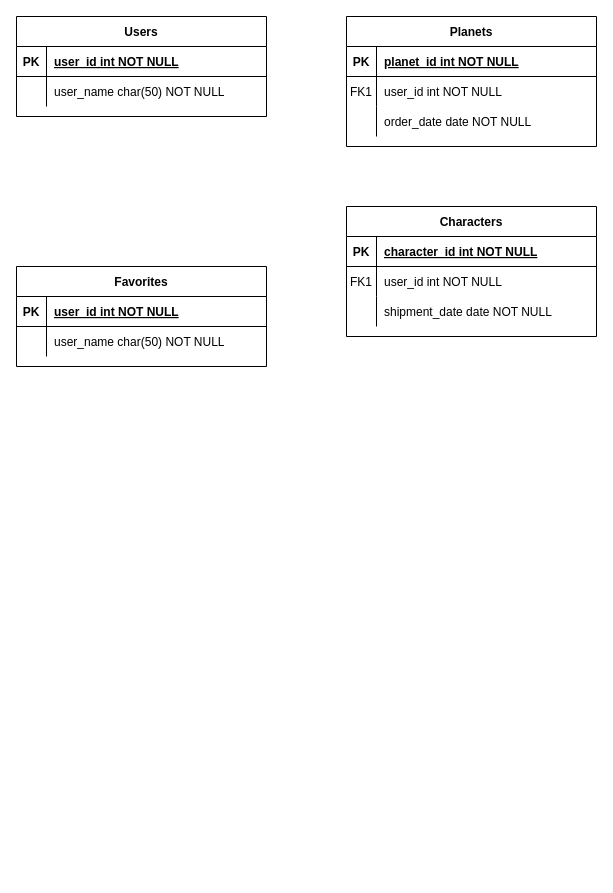
The draw.io diagram Untitled Diagram.drawio in 4GeeksAcademy/mlinhho-exercise-starwars-data-modeling, before the edit. Source tidied: cells renumbered, new cells numbered last; positions are measured from the earlier drawing's top-left corner, leaving out a move shared by most shapes. Both pictures are drawn from the tidied source at 100%, with x=0, y=0 at pixel (16, 16).
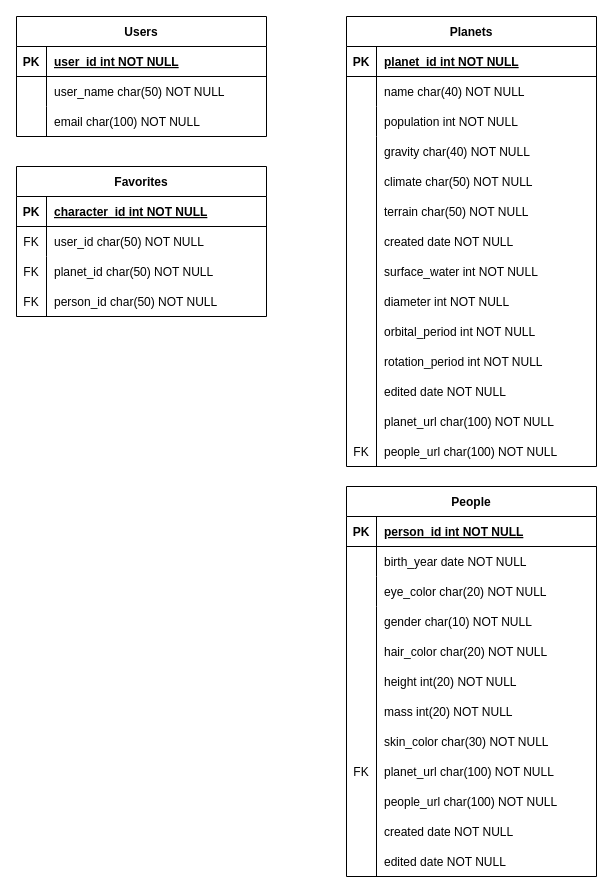
After the change.

Commit message:
Star Wars Diagram.drawio

Unchanged cells that the change refers to:
```xml
<mxCell id="6" style="shape=partialRectangle;fillColor=none;top=0;left=0;right=0;bottom=0;" parent="2" vertex="1">
  <mxGeometry y="60" width="250" height="30" as="geometry" />
</mxCell>
<mxCell id="9" style="shape=partialRectangle;fillColor=none;top=0;left=0;right=0;bottom=0;" parent="2" vertex="1">
  <mxGeometry y="90" width="250" height="30" as="geometry" />
</mxCell>
<mxCell id="13" style="shape=partialRectangle;fillColor=none;top=0;left=0;right=0;bottom=1;" parent="12" vertex="1">
  <mxGeometry y="30" width="250" height="30" as="geometry" />
</mxCell>
<mxCell id="16" style="shape=partialRectangle;fillColor=none;top=0;left=0;right=0;bottom=0;" parent="12" vertex="1">
  <mxGeometry y="60" width="250" height="30" as="geometry" />
</mxCell>
<mxCell id="19" style="shape=partialRectangle;fillColor=none;top=0;left=0;right=0;bottom=0;" parent="12" vertex="1">
  <mxGeometry y="90" width="250" height="30" as="geometry" />
</mxCell>
<mxCell id="30" style="shape=partialRectangle;fillColor=none;top=0;left=0;right=0;bottom=1;" parent="29" vertex="1">
  <mxGeometry y="30" width="250" height="30" as="geometry" />
</mxCell>
<mxCell id="33" style="shape=partialRectangle;fillColor=none;top=0;left=0;right=0;bottom=0;" parent="29" vertex="1">
  <mxGeometry y="60" width="250" height="30" as="geometry" />
</mxCell>
```

The edit, as a diff of the source:
```diff
@@
     <mxCell id="2" value="Planets" style="shape=table;startSize=30;childLayout=tableLayout;rowLines=0;fontStyle=1;align=center;" parent="1" vertex="1">
-      <mxGeometry x="330" width="250" height="130" as="geometry" />
+      <mxGeometry x="330" width="250" height="450" as="geometry" />
     </mxCell>
@@
-    <mxCell id="7" value="FK1" style="shape=partialRectangle;overflow=hidden;fillColor=none;top=0;left=0;bottom=0;right=0;" parent="6" vertex="1">
+    <mxCell id="7" style="shape=partialRectangle;overflow=hidden;fillColor=none;top=0;left=0;bottom=0;right=0;" parent="6" vertex="1">
       <mxGeometry width="30" height="30" as="geometry" />
     </mxCell>
-    <mxCell id="8" value="user_id int NOT NULL" style="shape=partialRectangle;overflow=hidden;fillColor=none;top=0;left=0;bottom=0;right=0;align=left;spacingLeft=6;" parent="6" vertex="1">
+    <mxCell id="8" value="name char(40) NOT NULL" style="shape=partialRectangle;overflow=hidden;fillColor=none;top=0;left=0;bottom=0;right=0;align=left;spacingLeft=6;" parent="6" vertex="1">
       <mxGeometry x="30" width="220" height="30" as="geometry" />
     </mxCell>
@@
-    <mxCell id="11" value="order_date date NOT NULL" style="shape=partialRectangle;overflow=hidden;fillColor=none;top=0;left=0;bottom=0;right=0;align=left;spacingLeft=6;" parent="9" vertex="1">
+    <mxCell id="11" value="population int NOT NULL" style="shape=partialRectangle;overflow=hidden;fillColor=none;top=0;left=0;bottom=0;right=0;align=left;spacingLeft=6;" parent="9" vertex="1">
       <mxGeometry x="30" width="220" height="30" as="geometry" />
     </mxCell>
-    <mxCell id="12" value="Characters" style="shape=table;startSize=30;childLayout=tableLayout;rowLines=0;fontStyle=1;align=center;" parent="1" vertex="1">
-      <mxGeometry x="330" y="190" width="250" height="130" as="geometry" />
+    <mxCell id="12" value="People" style="shape=table;startSize=30;childLayout=tableLayout;rowLines=0;fontStyle=1;align=center;" parent="1" vertex="1">
+      <mxGeometry x="330" y="470" width="250" height="390" as="geometry" />
     </mxCell>
@@
-    <mxCell id="15" value="character_id int NOT NULL " style="shape=partialRectangle;overflow=hidden;fillColor=none;top=0;left=0;bottom=0;right=0;align=left;spacingLeft=6;fontStyle=5;" parent="13" vertex="1">
+    <mxCell id="15" value="person_id int NOT NULL " style="shape=partialRectangle;overflow=hidden;fillColor=none;top=0;left=0;bottom=0;right=0;align=left;spacingLeft=6;fontStyle=5;" parent="13" vertex="1">
       <mxGeometry x="30" width="220" height="30" as="geometry" />
     </mxCell>
@@
-    <mxCell id="17" value="FK1" style="shape=partialRectangle;overflow=hidden;fillColor=none;top=0;left=0;bottom=0;right=0;" parent="16" vertex="1">
+    <mxCell id="17" style="shape=partialRectangle;overflow=hidden;fillColor=none;top=0;left=0;bottom=0;right=0;" parent="16" vertex="1">
       <mxGeometry width="30" height="30" as="geometry" />
     </mxCell>
-    <mxCell id="18" value="user_id int NOT NULL" style="shape=partialRectangle;overflow=hidden;fillColor=none;top=0;left=0;bottom=0;right=0;align=left;spacingLeft=6;" parent="16" vertex="1">
+    <mxCell id="18" value="birth_year date NOT NULL" style="shape=partialRectangle;overflow=hidden;fillColor=none;top=0;left=0;bottom=0;right=0;align=left;spacingLeft=6;" parent="16" vertex="1">
       <mxGeometry x="30" width="220" height="30" as="geometry" />
     </mxCell>
@@
-    <mxCell id="21" value="shipment_date date NOT NULL" style="shape=partialRectangle;overflow=hidden;fillColor=none;top=0;left=0;bottom=0;right=0;align=left;spacingLeft=6;" parent="19" vertex="1">
+    <mxCell id="21" value="eye_color char(20) NOT NULL" style="shape=partialRectangle;overflow=hidden;fillColor=none;top=0;left=0;bottom=0;right=0;align=left;spacingLeft=6;" parent="19" vertex="1">
       <mxGeometry x="30" width="220" height="30" as="geometry" />
     </mxCell>
     <mxCell id="22" value="Users" style="shape=table;startSize=30;childLayout=tableLayout;rowLines=0;fontStyle=1;align=center;swimlaneLine=1;" parent="1" vertex="1">
-      <mxGeometry width="250" height="100" as="geometry" />
+      <mxGeometry width="250" height="120" as="geometry" />
     </mxCell>
@@
     <mxCell id="29" value="Favorites" style="shape=table;startSize=30;childLayout=tableLayout;rowLines=0;fontStyle=1;align=center;" parent="1" vertex="1">
-      <mxGeometry y="250" width="250" height="100" as="geometry" />
+      <mxGeometry y="150" width="250" height="150" as="geometry" />
     </mxCell>
@@
-    <mxCell id="32" value="user_id int NOT NULL " style="shape=partialRectangle;overflow=hidden;fillColor=none;top=0;left=0;bottom=0;right=0;align=left;spacingLeft=6;fontStyle=5;" parent="30" vertex="1">
+    <mxCell id="32" value="character_id int NOT NULL " style="shape=partialRectangle;overflow=hidden;fillColor=none;top=0;left=0;bottom=0;right=0;align=left;spacingLeft=6;fontStyle=5;" parent="30" vertex="1">
       <mxGeometry x="30" width="220" height="30" as="geometry" />
     </mxCell>
@@
-    <mxCell id="35" value="user_name char(50) NOT NULL" style="shape=partialRectangle;overflow=hidden;fillColor=none;top=0;left=0;bottom=0;right=0;align=left;spacingLeft=6;" parent="33" vertex="1">
+    <mxCell id="35" value="user_id char(50) NOT NULL" style="shape=partialRectangle;overflow=hidden;fillColor=none;top=0;left=0;bottom=0;right=0;align=left;spacingLeft=6;" parent="33" vertex="1">
       <mxGeometry x="30" width="220" height="30" as="geometry" />
     </mxCell>
+    <mxCell id="36" value="email char(100) NOT NULL" style="shape=partialRectangle;overflow=hidden;fillColor=none;top=0;left=0;bottom=0;right=0;align=left;spacingLeft=6;" parent="1" vertex="1">
+      <mxGeometry x="30" y="90" width="220" height="30" as="geometry" />
+    </mxCell>
+    <mxCell id="37" style="edgeStyle=none;orthogonalLoop=1;jettySize=auto;html=1;rounded=0;endArrow=none;endFill=0;" parent="1" edge="1">
+      <mxGeometry relative="1" as="geometry">
+        <mxPoint x="30" y="90" as="sourcePoint" />
+        <mxPoint x="30" y="120" as="targetPoint" />
+      </mxGeometry>
+    </mxCell>
+    <mxCell id="38" value="gravity char(40) NOT NULL" style="shape=partialRectangle;overflow=hidden;fillColor=none;top=0;left=0;bottom=0;right=0;align=left;spacingLeft=6;" parent="1" vertex="1">
+      <mxGeometry x="360" y="120" width="220" height="30" as="geometry" />
+    </mxCell>
+    <mxCell id="39" value="climate char(50) NOT NULL" style="shape=partialRectangle;overflow=hidden;fillColor=none;top=0;left=0;bottom=0;right=0;align=left;spacingLeft=6;" parent="1" vertex="1">
+      <mxGeometry x="360" y="150" width="220" height="30" as="geometry" />
+    </mxCell>
+    <mxCell id="40" value="terrain char(50) NOT NULL" style="shape=partialRectangle;overflow=hidden;fillColor=none;top=0;left=0;bottom=0;right=0;align=left;spacingLeft=6;" parent="1" vertex="1">
+      <mxGeometry x="360" y="180" width="220" height="30" as="geometry" />
+    </mxCell>
+    <mxCell id="41" value="created date NOT NULL" style="shape=partialRectangle;overflow=hidden;fillColor=none;top=0;left=0;bottom=0;right=0;align=left;spacingLeft=6;" parent="1" vertex="1">
+      <mxGeometry x="360" y="210" width="220" height="30" as="geometry" />
+    </mxCell>
+    <mxCell id="42" value="surface_water int NOT NULL" style="shape=partialRectangle;overflow=hidden;fillColor=none;top=0;left=0;bottom=0;right=0;align=left;spacingLeft=6;" parent="1" vertex="1">
+      <mxGeometry x="360" y="240" width="220" height="30" as="geometry" />
+    </mxCell>
+    <mxCell id="43" value="diameter int NOT NULL" style="shape=partialRectangle;overflow=hidden;fillColor=none;top=0;left=0;bottom=0;right=0;align=left;spacingLeft=6;" parent="1" vertex="1">
+      <mxGeometry x="360" y="270" width="220" height="30" as="geometry" />
+    </mxCell>
+    <mxCell id="44" value="orbital_period int NOT NULL" style="shape=partialRectangle;overflow=hidden;fillColor=none;top=0;left=0;bottom=0;right=0;align=left;spacingLeft=6;" parent="1" vertex="1">
+      <mxGeometry x="360" y="300" width="220" height="30" as="geometry" />
+    </mxCell>
+    <mxCell id="45" value="rotation_period int NOT NULL" style="shape=partialRectangle;overflow=hidden;fillColor=none;top=0;left=0;bottom=0;right=0;align=left;spacingLeft=6;" parent="1" vertex="1">
+      <mxGeometry x="360" y="330" width="220" height="30" as="geometry" />
+    </mxCell>
+    <mxCell id="46" value="edited date NOT NULL" style="shape=partialRectangle;overflow=hidden;fillColor=none;top=0;left=0;bottom=0;right=0;align=left;spacingLeft=6;" parent="1" vertex="1">
+      <mxGeometry x="360" y="360" width="220" height="30" as="geometry" />
+    </mxCell>
+    <mxCell id="47" value="planet_url char(100) NOT NULL" style="shape=partialRectangle;overflow=hidden;fillColor=none;top=0;left=0;bottom=0;right=0;align=left;spacingLeft=6;" parent="1" vertex="1">
+      <mxGeometry x="360" y="390" width="220" height="30" as="geometry" />
+    </mxCell>
+    <mxCell id="48" style="edgeStyle=none;orthogonalLoop=1;jettySize=auto;html=1;rounded=0;endArrow=none;endFill=0;" parent="1" edge="1">
+      <mxGeometry relative="1" as="geometry">
+        <mxPoint x="360" y="120" as="sourcePoint" />
+        <mxPoint x="360" y="450" as="targetPoint" />
+      </mxGeometry>
+    </mxCell>
+    <mxCell id="49" value="gender char(10) NOT NULL" style="shape=partialRectangle;overflow=hidden;fillColor=none;top=0;left=0;bottom=0;right=0;align=left;spacingLeft=6;" parent="1" vertex="1">
+      <mxGeometry x="360" y="590" width="220" height="30" as="geometry" />
+    </mxCell>
+    <mxCell id="50" value="hair_color char(20) NOT NULL" style="shape=partialRectangle;overflow=hidden;fillColor=none;top=0;left=0;bottom=0;right=0;align=left;spacingLeft=6;" parent="1" vertex="1">
+      <mxGeometry x="360" y="620" width="220" height="30" as="geometry" />
+    </mxCell>
+    <mxCell id="51" value="height int(20) NOT NULL" style="shape=partialRectangle;overflow=hidden;fillColor=none;top=0;left=0;bottom=0;right=0;align=left;spacingLeft=6;" parent="1" vertex="1">
+      <mxGeometry x="360" y="650" width="220" height="30" as="geometry" />
+    </mxCell>
+    <mxCell id="52" value="mass int(20) NOT NULL" style="shape=partialRectangle;overflow=hidden;fillColor=none;top=0;left=0;bottom=0;right=0;align=left;spacingLeft=6;" parent="1" vertex="1">
+      <mxGeometry x="360" y="680" width="220" height="30" as="geometry" />
+    </mxCell>
+    <mxCell id="53" value="skin_color char(30) NOT NULL" style="shape=partialRectangle;overflow=hidden;fillColor=none;top=0;left=0;bottom=0;right=0;align=left;spacingLeft=6;" parent="1" vertex="1">
+      <mxGeometry x="360" y="710" width="220" height="30" as="geometry" />
+    </mxCell>
+    <mxCell id="54" value="planet_url char(100) NOT NULL" style="shape=partialRectangle;overflow=hidden;fillColor=none;top=0;left=0;bottom=0;right=0;align=left;spacingLeft=6;" parent="1" vertex="1">
+      <mxGeometry x="360" y="740" width="220" height="30" as="geometry" />
+    </mxCell>
+    <mxCell id="55" value="people_url char(100) NOT NULL" style="shape=partialRectangle;overflow=hidden;fillColor=none;top=0;left=0;bottom=0;right=0;align=left;spacingLeft=6;" parent="1" vertex="1">
+      <mxGeometry x="360" y="420" width="220" height="30" as="geometry" />
+    </mxCell>
+    <mxCell id="56" value="people_url char(100) NOT NULL" style="shape=partialRectangle;overflow=hidden;fillColor=none;top=0;left=0;bottom=0;right=0;align=left;spacingLeft=6;" parent="1" vertex="1">
+      <mxGeometry x="360" y="770" width="220" height="30" as="geometry" />
+    </mxCell>
+    <mxCell id="57" value="created date NOT NULL" style="shape=partialRectangle;overflow=hidden;fillColor=none;top=0;left=0;bottom=0;right=0;align=left;spacingLeft=6;" parent="1" vertex="1">
+      <mxGeometry x="360" y="800" width="220" height="30" as="geometry" />
+    </mxCell>
+    <mxCell id="58" value="edited date NOT NULL" style="shape=partialRectangle;overflow=hidden;fillColor=none;top=0;left=0;bottom=0;right=0;align=left;spacingLeft=6;" parent="1" vertex="1">
+      <mxGeometry x="360" y="830" width="220" height="30" as="geometry" />
+    </mxCell>
+    <mxCell id="59" style="edgeStyle=none;orthogonalLoop=1;jettySize=auto;html=1;rounded=0;endArrow=none;endFill=0;" parent="1" edge="1">
+      <mxGeometry relative="1" as="geometry">
+        <mxPoint x="360" y="590" as="sourcePoint" />
+        <mxPoint x="360" y="860" as="targetPoint" />
+      </mxGeometry>
+    </mxCell>
+    <mxCell id="60" value="planet_id char(50) NOT NULL" style="shape=partialRectangle;overflow=hidden;fillColor=none;top=0;left=0;bottom=0;right=0;align=left;spacingLeft=6;" parent="1" vertex="1">
+      <mxGeometry x="30" y="240" width="220" height="30" as="geometry" />
+    </mxCell>
+    <mxCell id="61" value="person_id char(50) NOT NULL" style="shape=partialRectangle;overflow=hidden;fillColor=none;top=0;left=0;bottom=0;right=0;align=left;spacingLeft=6;" parent="1" vertex="1">
+      <mxGeometry x="30" y="270" width="220" height="30" as="geometry" />
+    </mxCell>
+    <mxCell id="62" style="edgeStyle=none;orthogonalLoop=1;jettySize=auto;html=1;rounded=0;endArrow=none;endFill=0;" parent="1" edge="1">
+      <mxGeometry relative="1" as="geometry">
+        <mxPoint x="30" y="240" as="sourcePoint" />
+        <mxPoint x="30" y="300" as="targetPoint" />
+      </mxGeometry>
+    </mxCell>
+    <mxCell id="63" value="FK" style="shape=partialRectangle;overflow=hidden;fillColor=none;top=0;left=0;bottom=0;right=0;" parent="1" vertex="1">
+      <mxGeometry x="330" y="420" width="30" height="30" as="geometry" />
+    </mxCell>
+    <mxCell id="64" value="FK" style="shape=partialRectangle;overflow=hidden;fillColor=none;top=0;left=0;bottom=0;right=0;" parent="1" vertex="1">
+      <mxGeometry x="330" y="740" width="30" height="30" as="geometry" />
+    </mxCell>
+    <mxCell id="65" value="FK" style="shape=partialRectangle;overflow=hidden;fillColor=none;top=0;left=0;bottom=0;right=0;" parent="1" vertex="1">
+      <mxGeometry y="210" width="30" height="30" as="geometry" />
+    </mxCell>
+    <mxCell id="66" value="FK" style="shape=partialRectangle;overflow=hidden;fillColor=none;top=0;left=0;bottom=0;right=0;" parent="1" vertex="1">
+      <mxGeometry y="240" width="30" height="30" as="geometry" />
+    </mxCell>
+    <mxCell id="67" value="FK" style="shape=partialRectangle;overflow=hidden;fillColor=none;top=0;left=0;bottom=0;right=0;" parent="1" vertex="1">
+      <mxGeometry y="270" width="30" height="30" as="geometry" />
+    </mxCell>
```
